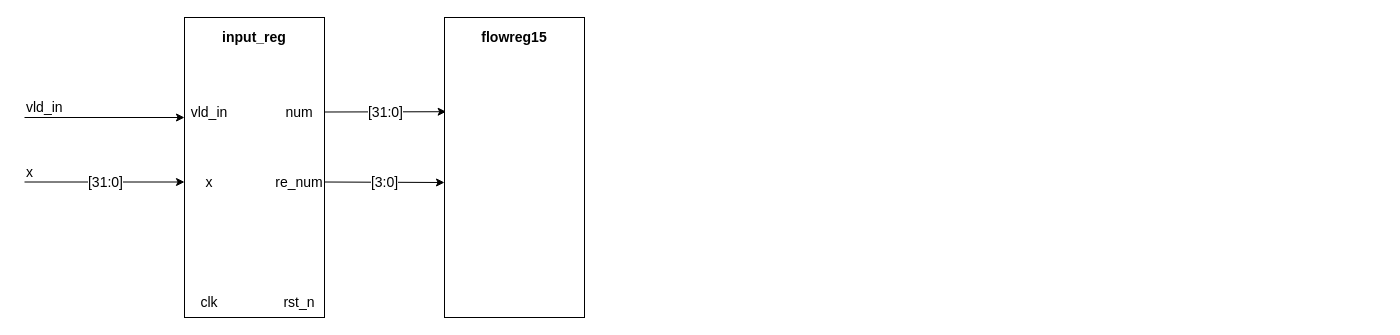
Before: square_root_arch.drawio in Katharine-0331/files, a draw.io diagram. Source tidied: cells renumbered, new cells numbered last; positions are measured from the earlier drawing's top-left corner, leaving out a move shared by most shapes. Both pictures are drawn from the tidied source at 100%, with x=0, y=0 at pixel (24, 17).
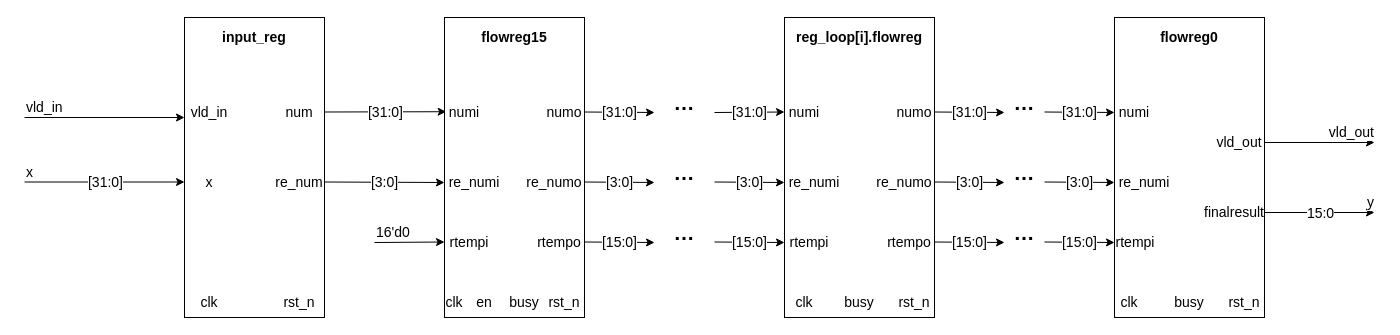
The same page after the edit.

Diff of the diagram source:
```diff
@@
+    <mxCell id="21" value="clk" style="text;html=1;strokeColor=none;fillColor=none;align=center;verticalAlign=middle;whiteSpace=wrap;rounded=0;fontSize=14;" parent="1" vertex="1">
+      <mxGeometry x="405" y="270" width="50" height="30" as="geometry" />
+    </mxCell>
+    <mxCell id="22" value="rst_n" style="text;html=1;strokeColor=none;fillColor=none;align=center;verticalAlign=middle;whiteSpace=wrap;rounded=0;fontSize=14;" parent="1" vertex="1">
+      <mxGeometry x="515" y="270" width="50" height="30" as="geometry" />
+    </mxCell>
+    <mxCell id="23" value="en" style="text;html=1;strokeColor=none;fillColor=none;align=center;verticalAlign=middle;whiteSpace=wrap;rounded=0;fontSize=14;" parent="1" vertex="1">
+      <mxGeometry x="430" y="270" width="60" height="30" as="geometry" />
+    </mxCell>
+    <mxCell id="24" value="numi" style="text;html=1;strokeColor=none;fillColor=none;align=center;verticalAlign=middle;whiteSpace=wrap;rounded=0;fontSize=14;" parent="1" vertex="1">
+      <mxGeometry x="410" y="80" width="60" height="30" as="geometry" />
+    </mxCell>
+    <mxCell id="25" value="re_numi" style="text;html=1;strokeColor=none;fillColor=none;align=center;verticalAlign=middle;whiteSpace=wrap;rounded=0;fontSize=14;" parent="1" vertex="1">
+      <mxGeometry x="420" y="150" width="60" height="30" as="geometry" />
+    </mxCell>
+    <mxCell id="26" value="rtempi" style="text;html=1;strokeColor=none;fillColor=none;align=center;verticalAlign=middle;whiteSpace=wrap;rounded=0;fontSize=14;" parent="1" vertex="1">
+      <mxGeometry x="415" y="210" width="60" height="30" as="geometry" />
+    </mxCell>
+    <mxCell id="27" value="numo" style="text;html=1;strokeColor=none;fillColor=none;align=center;verticalAlign=middle;whiteSpace=wrap;rounded=0;fontSize=14;" parent="1" vertex="1">
+      <mxGeometry x="510" y="80" width="60" height="30" as="geometry" />
+    </mxCell>
+    <mxCell id="28" value="re_numo" style="text;html=1;strokeColor=none;fillColor=none;align=center;verticalAlign=middle;whiteSpace=wrap;rounded=0;fontSize=14;" parent="1" vertex="1">
+      <mxGeometry x="500" y="150" width="60" height="30" as="geometry" />
+    </mxCell>
+    <mxCell id="29" value="rtempo" style="text;html=1;strokeColor=none;fillColor=none;align=center;verticalAlign=middle;whiteSpace=wrap;rounded=0;fontSize=14;" parent="1" vertex="1">
+      <mxGeometry x="505" y="210" width="60" height="30" as="geometry" />
+    </mxCell>
+    <mxCell id="30" value="busy" style="text;html=1;strokeColor=none;fillColor=none;align=center;verticalAlign=middle;whiteSpace=wrap;rounded=0;fontSize=14;" parent="1" vertex="1">
+      <mxGeometry x="470" y="270" width="60" height="30" as="geometry" />
+    </mxCell>
+    <mxCell id="31" style="endArrow=classic;html=1;rounded=0;fontSize=14;" parent="1" edge="1">
+      <mxGeometry relative="1" as="geometry">
+        <mxPoint x="350" y="225" as="sourcePoint" />
+        <mxPoint x="420" y="224.5" as="targetPoint" />
+      </mxGeometry>
+    </mxCell>
+    <mxCell id="32" value="16'd0" style="edgeLabel;html=1;align=left;verticalAlign=bottom;fontSize=14;" parent="31" vertex="1">
+      <mxGeometry x="-1" relative="1" as="geometry" />
+    </mxCell>
+    <mxCell id="33" style="rounded=0;whiteSpace=wrap;html=1;fontSize=14;" parent="1" vertex="1">
+      <mxGeometry x="760" width="150" height="300" as="geometry" />
+    </mxCell>
+    <mxCell id="34" value="&lt;span style=&quot;font-size: 14px;&quot;&gt;&lt;b&gt;reg_loop[i].flowreg&lt;/b&gt;&lt;/span&gt;" style="text;html=1;strokeColor=none;fillColor=none;align=center;verticalAlign=middle;whiteSpace=wrap;rounded=0;" parent="1" vertex="1">
+      <mxGeometry x="800" width="70" height="40" as="geometry" />
+    </mxCell>
+    <mxCell id="35" value="clk" style="text;html=1;strokeColor=none;fillColor=none;align=center;verticalAlign=middle;whiteSpace=wrap;rounded=0;fontSize=14;" parent="1" vertex="1">
+      <mxGeometry x="755" y="270" width="50" height="30" as="geometry" />
+    </mxCell>
+    <mxCell id="36" value="busy" style="text;html=1;strokeColor=none;fillColor=none;align=center;verticalAlign=middle;whiteSpace=wrap;rounded=0;fontSize=14;" parent="1" vertex="1">
+      <mxGeometry x="805" y="270" width="60" height="30" as="geometry" />
+    </mxCell>
+    <mxCell id="37" value="rst_n" style="text;html=1;strokeColor=none;fillColor=none;align=center;verticalAlign=middle;whiteSpace=wrap;rounded=0;fontSize=14;" parent="1" vertex="1">
+      <mxGeometry x="865" y="270" width="50" height="30" as="geometry" />
+    </mxCell>
+    <mxCell id="38" value="numi" style="text;html=1;strokeColor=none;fillColor=none;align=center;verticalAlign=middle;whiteSpace=wrap;rounded=0;fontSize=14;" parent="1" vertex="1">
+      <mxGeometry x="750" y="80" width="60" height="30" as="geometry" />
+    </mxCell>
+    <mxCell id="39" value="re_numi" style="text;html=1;strokeColor=none;fillColor=none;align=center;verticalAlign=middle;whiteSpace=wrap;rounded=0;fontSize=14;" parent="1" vertex="1">
+      <mxGeometry x="760" y="150" width="60" height="30" as="geometry" />
+    </mxCell>
+    <mxCell id="40" value="rtempi" style="text;html=1;strokeColor=none;fillColor=none;align=center;verticalAlign=middle;whiteSpace=wrap;rounded=0;fontSize=14;" parent="1" vertex="1">
+      <mxGeometry x="755" y="210" width="60" height="30" as="geometry" />
+    </mxCell>
+    <mxCell id="41" value="numo" style="text;html=1;strokeColor=none;fillColor=none;align=center;verticalAlign=middle;whiteSpace=wrap;rounded=0;fontSize=14;" parent="1" vertex="1">
+      <mxGeometry x="860" y="80" width="60" height="30" as="geometry" />
+    </mxCell>
+    <mxCell id="42" value="re_numo" style="text;html=1;strokeColor=none;fillColor=none;align=center;verticalAlign=middle;whiteSpace=wrap;rounded=0;fontSize=14;" parent="1" vertex="1">
+      <mxGeometry x="850" y="150" width="60" height="30" as="geometry" />
+    </mxCell>
+    <mxCell id="43" value="rtempo" style="text;html=1;strokeColor=none;fillColor=none;align=center;verticalAlign=middle;whiteSpace=wrap;rounded=0;fontSize=14;" parent="1" vertex="1">
+      <mxGeometry x="855" y="210" width="60" height="30" as="geometry" />
+    </mxCell>
+    <mxCell id="44" style="endArrow=classic;html=1;rounded=0;fontSize=14;" parent="1" edge="1">
+      <mxGeometry relative="1" as="geometry">
+        <mxPoint x="560" y="94.5" as="sourcePoint" />
+        <mxPoint x="630" y="95" as="targetPoint" />
+      </mxGeometry>
+    </mxCell>
+    <mxCell id="45" value="[31:0]" style="edgeLabel;html=1;align=center;verticalAlign=middle;fontSize=14;" parent="44" vertex="1">
+      <mxGeometry relative="1" as="geometry" />
+    </mxCell>
+    <mxCell id="46" style="endArrow=classic;html=1;rounded=0;fontSize=14;" parent="1" edge="1">
+      <mxGeometry relative="1" as="geometry">
+        <mxPoint x="560" y="164.5" as="sourcePoint" />
+        <mxPoint x="630" y="165" as="targetPoint" />
+      </mxGeometry>
+    </mxCell>
+    <mxCell id="47" value="[3:0]" style="edgeLabel;html=1;align=center;verticalAlign=middle;fontSize=14;" parent="46" vertex="1">
+      <mxGeometry relative="1" as="geometry" />
+    </mxCell>
+    <mxCell id="48" style="endArrow=classic;html=1;rounded=0;fontSize=14;" parent="1" edge="1">
+      <mxGeometry relative="1" as="geometry">
+        <mxPoint x="560" y="224.5" as="sourcePoint" />
+        <mxPoint x="630" y="225" as="targetPoint" />
+      </mxGeometry>
+    </mxCell>
+    <mxCell id="49" value="[15:0]" style="edgeLabel;html=1;align=center;verticalAlign=middle;fontSize=14;" parent="48" vertex="1">
+      <mxGeometry relative="1" as="geometry" />
+    </mxCell>
+    <mxCell id="50" style="endArrow=classic;html=1;rounded=0;fontSize=14;" parent="1" edge="1">
+      <mxGeometry relative="1" as="geometry">
+        <mxPoint x="690" y="95" as="sourcePoint" />
+        <mxPoint x="760" y="94.5" as="targetPoint" />
+      </mxGeometry>
+    </mxCell>
+    <mxCell id="51" value="[31:0]" style="edgeLabel;html=1;align=center;verticalAlign=middle;fontSize=14;" parent="50" vertex="1">
+      <mxGeometry relative="1" as="geometry" />
+    </mxCell>
+    <mxCell id="52" style="endArrow=classic;html=1;rounded=0;fontSize=14;" parent="1" edge="1">
+      <mxGeometry relative="1" as="geometry">
+        <mxPoint x="690" y="164.5" as="sourcePoint" />
+        <mxPoint x="760" y="165" as="targetPoint" />
+      </mxGeometry>
+    </mxCell>
+    <mxCell id="53" value="[3:0]" style="edgeLabel;html=1;align=center;verticalAlign=middle;fontSize=14;" parent="52" vertex="1">
+      <mxGeometry relative="1" as="geometry" />
+    </mxCell>
+    <mxCell id="54" style="endArrow=classic;html=1;rounded=0;fontSize=14;" parent="1" edge="1">
+      <mxGeometry relative="1" as="geometry">
+        <mxPoint x="690" y="224.5" as="sourcePoint" />
+        <mxPoint x="760" y="225" as="targetPoint" />
+      </mxGeometry>
+    </mxCell>
+    <mxCell id="55" value="[15:0]" style="edgeLabel;html=1;align=center;verticalAlign=middle;fontSize=14;" parent="54" vertex="1">
+      <mxGeometry relative="1" as="geometry" />
+    </mxCell>
+    <mxCell id="56" value="&lt;b&gt;&lt;font style=&quot;font-size: 21px;&quot;&gt;…&lt;/font&gt;&lt;/b&gt;" style="text;html=1;strokeColor=none;fillColor=none;align=center;verticalAlign=middle;whiteSpace=wrap;rounded=0;fontSize=14;" parent="1" vertex="1">
+      <mxGeometry x="630" y="70" width="60" height="30" as="geometry" />
+    </mxCell>
+    <mxCell id="57" value="&lt;b&gt;&lt;font style=&quot;font-size: 21px;&quot;&gt;…&lt;/font&gt;&lt;/b&gt;" style="text;html=1;strokeColor=none;fillColor=none;align=center;verticalAlign=middle;whiteSpace=wrap;rounded=0;fontSize=14;" parent="1" vertex="1">
+      <mxGeometry x="630" y="140" width="60" height="30" as="geometry" />
+    </mxCell>
+    <mxCell id="58" value="&lt;b&gt;&lt;font style=&quot;font-size: 21px;&quot;&gt;…&lt;/font&gt;&lt;/b&gt;" style="text;html=1;strokeColor=none;fillColor=none;align=center;verticalAlign=middle;whiteSpace=wrap;rounded=0;fontSize=14;" parent="1" vertex="1">
+      <mxGeometry x="630" y="200" width="60" height="30" as="geometry" />
+    </mxCell>
+    <mxCell id="59" style="endArrow=classic;html=1;rounded=0;fontSize=14;" parent="1" edge="1">
+      <mxGeometry relative="1" as="geometry">
+        <mxPoint x="910" y="94.5" as="sourcePoint" />
+        <mxPoint x="980" y="95" as="targetPoint" />
+      </mxGeometry>
+    </mxCell>
+    <mxCell id="60" value="[31:0]" style="edgeLabel;html=1;align=center;verticalAlign=middle;fontSize=14;" parent="59" vertex="1">
+      <mxGeometry relative="1" as="geometry" />
+    </mxCell>
+    <mxCell id="61" style="endArrow=classic;html=1;rounded=0;fontSize=14;" parent="1" edge="1">
+      <mxGeometry relative="1" as="geometry">
+        <mxPoint x="910" y="164.5" as="sourcePoint" />
+        <mxPoint x="980" y="165" as="targetPoint" />
+      </mxGeometry>
+    </mxCell>
+    <mxCell id="62" value="[3:0]" style="edgeLabel;html=1;align=center;verticalAlign=middle;fontSize=14;" parent="61" vertex="1">
+      <mxGeometry relative="1" as="geometry" />
+    </mxCell>
+    <mxCell id="63" style="endArrow=classic;html=1;rounded=0;fontSize=14;" parent="1" edge="1">
+      <mxGeometry relative="1" as="geometry">
+        <mxPoint x="910" y="224.5" as="sourcePoint" />
+        <mxPoint x="980" y="225" as="targetPoint" />
+      </mxGeometry>
+    </mxCell>
+    <mxCell id="64" value="[15:0]" style="edgeLabel;html=1;align=center;verticalAlign=middle;fontSize=14;" parent="63" vertex="1">
+      <mxGeometry relative="1" as="geometry" />
+    </mxCell>
+    <mxCell id="65" style="rounded=0;whiteSpace=wrap;html=1;fontSize=14;" parent="1" vertex="1">
+      <mxGeometry x="1090" width="150" height="300" as="geometry" />
+    </mxCell>
+    <mxCell id="66" value="&lt;span style=&quot;font-size: 14px;&quot;&gt;&lt;b&gt;flowreg0&lt;/b&gt;&lt;/span&gt;" style="text;html=1;strokeColor=none;fillColor=none;align=center;verticalAlign=middle;whiteSpace=wrap;rounded=0;" parent="1" vertex="1">
+      <mxGeometry x="1130" width="70" height="40" as="geometry" />
+    </mxCell>
+    <mxCell id="67" value="clk" style="text;html=1;strokeColor=none;fillColor=none;align=center;verticalAlign=middle;whiteSpace=wrap;rounded=0;fontSize=14;" parent="1" vertex="1">
+      <mxGeometry x="1080" y="270" width="50" height="30" as="geometry" />
+    </mxCell>
+    <mxCell id="68" value="busy" style="text;html=1;strokeColor=none;fillColor=none;align=center;verticalAlign=middle;whiteSpace=wrap;rounded=0;fontSize=14;" parent="1" vertex="1">
+      <mxGeometry x="1135" y="270" width="60" height="30" as="geometry" />
+    </mxCell>
+    <mxCell id="69" value="rst_n" style="text;html=1;strokeColor=none;fillColor=none;align=center;verticalAlign=middle;whiteSpace=wrap;rounded=0;fontSize=14;" parent="1" vertex="1">
+      <mxGeometry x="1195" y="270" width="50" height="30" as="geometry" />
+    </mxCell>
+    <mxCell id="70" value="numi" style="text;html=1;strokeColor=none;fillColor=none;align=center;verticalAlign=middle;whiteSpace=wrap;rounded=0;fontSize=14;" parent="1" vertex="1">
+      <mxGeometry x="1080" y="80" width="60" height="30" as="geometry" />
+    </mxCell>
+    <mxCell id="71" value="re_numi" style="text;html=1;strokeColor=none;fillColor=none;align=center;verticalAlign=middle;whiteSpace=wrap;rounded=0;fontSize=14;" parent="1" vertex="1">
+      <mxGeometry x="1090" y="150" width="60" height="30" as="geometry" />
+    </mxCell>
+    <mxCell id="72" value="rtempi" style="text;html=1;strokeColor=none;fillColor=none;align=center;verticalAlign=middle;whiteSpace=wrap;rounded=0;fontSize=14;" parent="1" vertex="1">
+      <mxGeometry x="1081" y="210" width="60" height="30" as="geometry" />
+    </mxCell>
+    <mxCell id="73" value="vld_out" style="text;html=1;strokeColor=none;fillColor=none;align=center;verticalAlign=middle;whiteSpace=wrap;rounded=0;fontSize=14;" parent="1" vertex="1">
+      <mxGeometry x="1185" y="110" width="60" height="30" as="geometry" />
+    </mxCell>
+    <mxCell id="74" value="finalresult" style="text;html=1;strokeColor=none;fillColor=none;align=center;verticalAlign=middle;whiteSpace=wrap;rounded=0;fontSize=14;" parent="1" vertex="1">
+      <mxGeometry x="1180" y="180" width="60" height="30" as="geometry" />
+    </mxCell>
+    <mxCell id="75" style="endArrow=classic;html=1;rounded=0;fontSize=14;" parent="1" edge="1">
+      <mxGeometry relative="1" as="geometry">
+        <mxPoint x="1020" y="94.5" as="sourcePoint" />
+        <mxPoint x="1090" y="95" as="targetPoint" />
+      </mxGeometry>
+    </mxCell>
+    <mxCell id="76" value="[31:0]" style="edgeLabel;html=1;align=center;verticalAlign=middle;fontSize=14;" parent="75" vertex="1">
+      <mxGeometry relative="1" as="geometry" />
+    </mxCell>
+    <mxCell id="77" style="endArrow=classic;html=1;rounded=0;fontSize=14;" parent="1" edge="1">
+      <mxGeometry relative="1" as="geometry">
+        <mxPoint x="1020" y="164.5" as="sourcePoint" />
+        <mxPoint x="1090" y="165" as="targetPoint" />
+      </mxGeometry>
+    </mxCell>
+    <mxCell id="78" value="[3:0]" style="edgeLabel;html=1;align=center;verticalAlign=middle;fontSize=14;" parent="77" vertex="1">
+      <mxGeometry relative="1" as="geometry" />
+    </mxCell>
+    <mxCell id="79" style="endArrow=classic;html=1;rounded=0;fontSize=14;" parent="1" edge="1">
+      <mxGeometry relative="1" as="geometry">
+        <mxPoint x="1020" y="224.5" as="sourcePoint" />
+        <mxPoint x="1090" y="225" as="targetPoint" />
+      </mxGeometry>
+    </mxCell>
+    <mxCell id="80" value="[15:0]" style="edgeLabel;html=1;align=center;verticalAlign=middle;fontSize=14;" parent="79" vertex="1">
+      <mxGeometry relative="1" as="geometry" />
+    </mxCell>
+    <mxCell id="81" value="&lt;b&gt;&lt;font style=&quot;font-size: 21px;&quot;&gt;…&lt;/font&gt;&lt;/b&gt;" style="text;html=1;strokeColor=none;fillColor=none;align=center;verticalAlign=middle;whiteSpace=wrap;rounded=0;fontSize=14;" parent="1" vertex="1">
+      <mxGeometry x="970" y="70" width="60" height="30" as="geometry" />
+    </mxCell>
+    <mxCell id="82" value="&lt;b&gt;&lt;font style=&quot;font-size: 21px;&quot;&gt;…&lt;/font&gt;&lt;/b&gt;" style="text;html=1;strokeColor=none;fillColor=none;align=center;verticalAlign=middle;whiteSpace=wrap;rounded=0;fontSize=14;" parent="1" vertex="1">
+      <mxGeometry x="970" y="140" width="60" height="30" as="geometry" />
+    </mxCell>
+    <mxCell id="83" value="&lt;b&gt;&lt;font style=&quot;font-size: 21px;&quot;&gt;…&lt;/font&gt;&lt;/b&gt;" style="text;html=1;strokeColor=none;fillColor=none;align=center;verticalAlign=middle;whiteSpace=wrap;rounded=0;fontSize=14;" parent="1" vertex="1">
+      <mxGeometry x="970" y="200" width="60" height="30" as="geometry" />
+    </mxCell>
+    <mxCell id="84" style="endArrow=classic;html=1;rounded=0;fontSize=21;" parent="1" edge="1">
+      <mxGeometry relative="1" as="geometry">
+        <mxPoint x="1240" y="125" as="sourcePoint" />
+        <mxPoint x="1350" y="125" as="targetPoint" />
+      </mxGeometry>
+    </mxCell>
+    <mxCell id="85" value="vld_out" style="edgeLabel;html=1;align=right;verticalAlign=bottom;fontSize=14;" parent="84" vertex="1">
+      <mxGeometry x="1" relative="1" as="geometry" />
+    </mxCell>
+    <mxCell id="86" style="endArrow=classic;html=1;rounded=0;fontSize=14;" parent="1" edge="1">
+      <mxGeometry relative="1" as="geometry">
+        <mxPoint x="1240" y="195" as="sourcePoint" />
+        <mxPoint x="1350" y="195" as="targetPoint" />
+      </mxGeometry>
+    </mxCell>
+    <mxCell id="87" value="15:0" style="edgeLabel;html=1;align=center;verticalAlign=middle;fontSize=14;" parent="86" vertex="1">
+      <mxGeometry relative="1" as="geometry" />
+    </mxCell>
+    <mxCell id="88" value="y" style="edgeLabel;html=1;align=right;verticalAlign=bottom;fontSize=14;" parent="86" vertex="1">
+      <mxGeometry x="1" relative="1" as="geometry" />
+    </mxCell>
```
